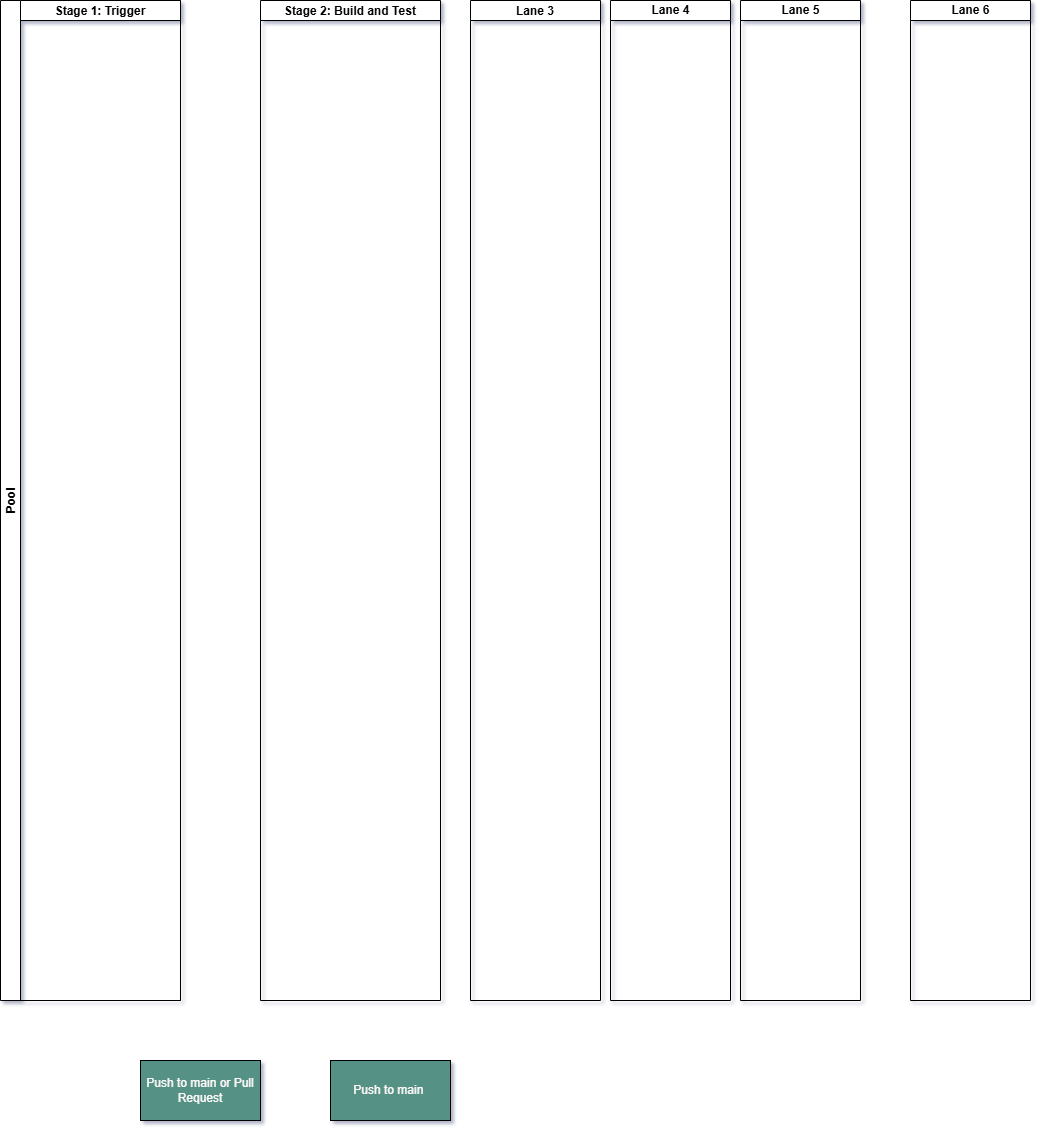
The draw.io diagram docs/CICD_Pipeline.png in Sunloid/DevSecOps_Automated_CICD_pipeline, before a commit. Source tidied: cells renumbered, new cells last; positions are measured from the earlier drawing's top-left corner, leaving out a move shared by most shapes. The source it was exported from:
```xml
<mxGraphModel shadow="1">
  <root>
    <mxCell id="0" />
    <mxCell id="1" parent="0" />
    <mxCell id="2" value="Lane 4" style="swimlane;startSize=20;html=1;" parent="1" vertex="1">
      <mxGeometry x="610" width="120" height="1000" as="geometry" />
    </mxCell>
    <mxCell id="3" value="Lane 5" style="swimlane;startSize=20;html=1;" parent="1" vertex="1">
      <mxGeometry x="740" width="120" height="1000" as="geometry" />
    </mxCell>
    <mxCell id="4" value="Lane 6" style="swimlane;startSize=20;html=1;" parent="1" vertex="1">
      <mxGeometry x="910" width="120" height="1000" as="geometry" />
    </mxCell>
    <mxCell id="5" value="Pool" style="swimlane;startSize=20;horizontal=0;" parent="1" vertex="1">
      <mxGeometry width="180" height="1000" as="geometry" />
    </mxCell>
    <mxCell id="6" value="Stage 1: Trigger" style="swimlane;startSize=20;" parent="5" vertex="1">
      <mxGeometry x="20" width="160" height="1000" as="geometry" />
    </mxCell>
    <mxCell id="7" value="Lane 3" style="swimlane;startSize=20;" parent="1" vertex="1">
      <mxGeometry x="470" width="130" height="1000" as="geometry" />
    </mxCell>
    <mxCell id="8" value="Stage 2: Build and Test" style="swimlane;startSize=20;" parent="1" vertex="1">
      <mxGeometry x="260" width="180" height="1000" as="geometry" />
    </mxCell>
    <mxCell id="9" value="Push to main or Pull Request" style="rounded=0;whiteSpace=wrap;html=1;textShadow=0;labelBorderColor=none;fillColor=#559184;fontStyle=0;fontColor=light-dark(#fffafa, #ededed);" parent="1" vertex="1">
      <mxGeometry x="140" y="1060" width="120" height="60" as="geometry" />
    </mxCell>
    <mxCell id="10" value="Push to main&amp;nbsp;" style="rounded=0;whiteSpace=wrap;html=1;strokeColor=default;align=center;verticalAlign=middle;fontFamily=Helvetica;fontSize=12;fontColor=light-dark(#fffafa, #ededed);fontStyle=0;labelBorderColor=none;fillColor=#559184;textShadow=0;" parent="1" vertex="1">
      <mxGeometry x="330" y="1060" width="120" height="60" as="geometry" />
    </mxCell>
  </root>
</mxGraphModel>
```
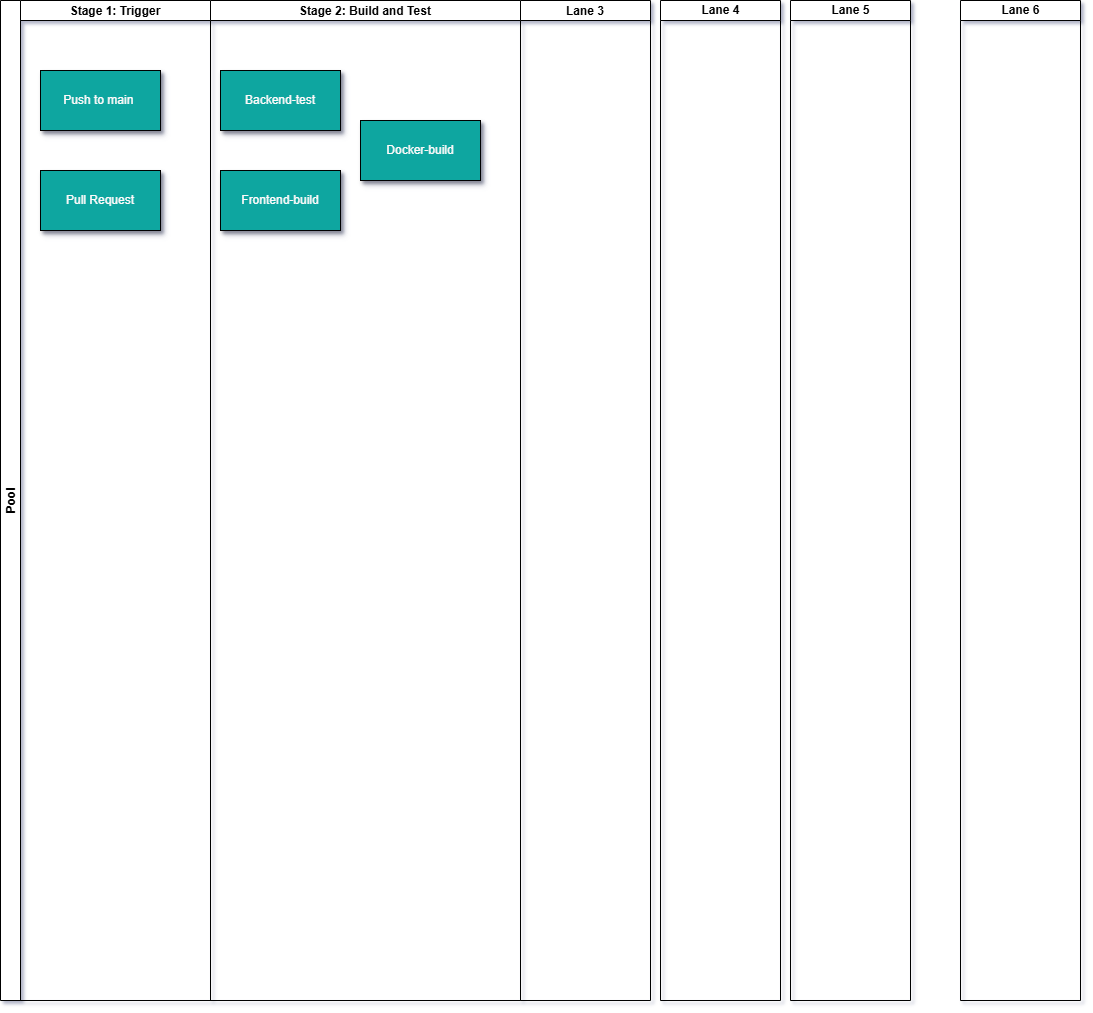
After the commit.

The edit, as a diff of the source:
```diff
@@ -12,22 +12,31 @@
       <mxGeometry x="910" width="120" height="1000" as="geometry" />
     </mxCell>
     <mxCell id="5" value="Pool" style="swimlane;startSize=20;horizontal=0;" parent="1" vertex="1">
-      <mxGeometry width="180" height="1000" as="geometry" />
+      <mxGeometry x="-50" width="210" height="1000" as="geometry" />
     </mxCell>
     <mxCell id="6" value="Stage 1: Trigger" style="swimlane;startSize=20;" parent="5" vertex="1">
-      <mxGeometry x="20" width="160" height="1000" as="geometry" />
+      <mxGeometry x="20" width="190" height="1000" as="geometry" />
     </mxCell>
+    <mxCell id="9" value="Push to main&amp;nbsp;" style="rounded=0;whiteSpace=wrap;html=1;textShadow=0;labelBorderColor=none;fillColor=light-dark(#0EA6A0,#54887C);fontStyle=0;fontColor=light-dark(#fffafa, #ededed);shadow=1;" parent="6" vertex="1">
+      <mxGeometry x="20" y="70" width="120" height="60" as="geometry" />
+    </mxCell>
+    <mxCell id="10" value="Pull Request" style="rounded=0;whiteSpace=wrap;html=1;strokeColor=default;align=center;verticalAlign=middle;fontFamily=Helvetica;fontSize=12;fontColor=light-dark(#fffafa, #ededed);fontStyle=0;labelBorderColor=none;fillColor=light-dark(#0EA6A0,#54887C);textShadow=0;shadow=1;" parent="6" vertex="1">
+      <mxGeometry x="20" y="170" width="120" height="60" as="geometry" />
+    </mxCell>
     <mxCell id="7" value="Lane 3" style="swimlane;startSize=20;" parent="1" vertex="1">
       <mxGeometry x="470" width="130" height="1000" as="geometry" />
     </mxCell>
     <mxCell id="8" value="Stage 2: Build and Test" style="swimlane;startSize=20;" parent="1" vertex="1">
-      <mxGeometry x="260" width="180" height="1000" as="geometry" />
+      <mxGeometry x="160" width="310" height="1000" as="geometry" />
     </mxCell>
-    <mxCell id="9" value="Push to main or Pull Request" style="rounded=0;whiteSpace=wrap;html=1;textShadow=0;labelBorderColor=none;fillColor=#559184;fontStyle=0;fontColor=light-dark(#fffafa, #ededed);" parent="1" vertex="1">
-      <mxGeometry x="140" y="1060" width="120" height="60" as="geometry" />
-    </mxCell>
-    <mxCell id="10" value="Push to main&amp;nbsp;" style="rounded=0;whiteSpace=wrap;html=1;strokeColor=default;align=center;verticalAlign=middle;fontFamily=Helvetica;fontSize=12;fontColor=light-dark(#fffafa, #ededed);fontStyle=0;labelBorderColor=none;fillColor=#559184;textShadow=0;" parent="1" vertex="1">
-      <mxGeometry x="330" y="1060" width="120" height="60" as="geometry" />
-    </mxCell>
+    <mxCell id="11" value="Backend-test" style="rounded=0;whiteSpace=wrap;html=1;textShadow=0;labelBorderColor=none;fillColor=light-dark(#0EA6A0,#54887C);fontStyle=0;fontColor=light-dark(#fffafa, #ededed);shadow=1;" parent="8" vertex="1">
+      <mxGeometry x="10" y="70" width="120" height="60" as="geometry" />
+    </mxCell>
+    <mxCell id="12" value="Frontend-build" style="rounded=0;whiteSpace=wrap;html=1;textShadow=0;labelBorderColor=none;fillColor=light-dark(#0EA6A0,#54887C);fontStyle=0;fontColor=light-dark(#fffafa, #ededed);shadow=1;" parent="8" vertex="1">
+      <mxGeometry x="10" y="170" width="120" height="60" as="geometry" />
+    </mxCell>
+    <mxCell id="13" value="Docker-build" style="rounded=0;whiteSpace=wrap;html=1;textShadow=0;labelBorderColor=none;fillColor=light-dark(#0EA6A0,#54887C);fontStyle=0;fontColor=light-dark(#fffafa, #ededed);shadow=1;" parent="8" vertex="1">
+      <mxGeometry x="150" y="120" width="120" height="60" as="geometry" />
+    </mxCell>
   </root>
 </mxGraphModel>
```
